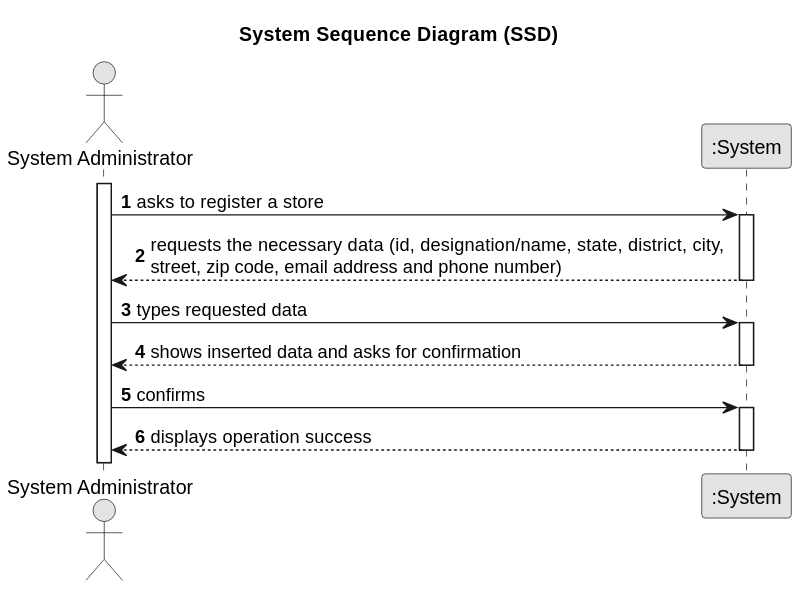
Earlier version of the PlantUML export docs/sprintB/US05/01.requirements-engineering/svg/us05-system-sequence-diagram.svg (PureNimble/ISEP-LAPR2).
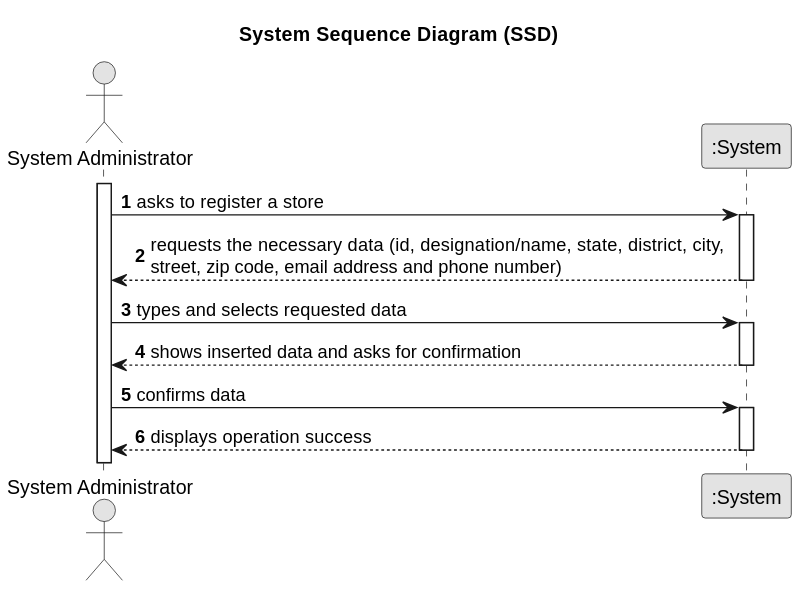
Later version of the same file.

Diff of the diagram source:
```diff
@@ -18,13 +18,13 @@
         System --> Admin : requests the necessary data (id, designation/name, state, district, city, \nstreet, zip code, email address and phone number)
     deactivate System
 
-    Admin -> System : types requested data
+    Admin -> System : types and selects requested data
     activate System
 
         System --> Admin : shows inserted data and asks for confirmation
     deactivate System
 
-    Admin -> System : confirms
+    Admin -> System : confirms data
     activate System
 
         System --> Admin : displays operation success
```
